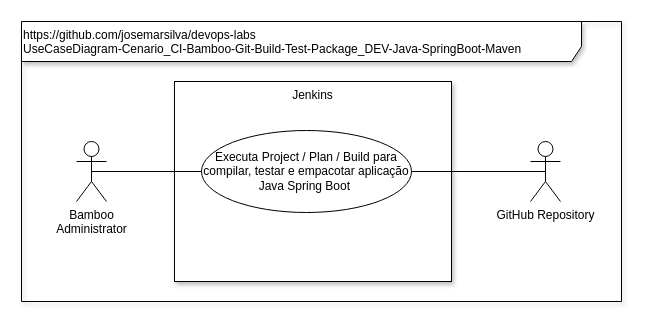
Above: doc/UseCaseDiagram-Cenario_CI-Bamboo-Git-Build-Test-Package_DEV-Java-SpringBoot-Maven.drawio in josemarsilva/devops-labs (draw.io), before the change. Source tidied: cells renumbered, new cells numbered last; positions are measured from the earlier drawing's top-left corner, leaving out a move shared by most shapes. Both pictures are drawn from the tidied source at 100%, with x=0, y=0 at pixel (21, 21).
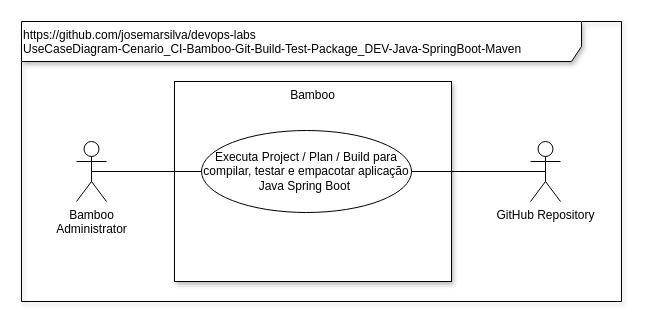
The same diagram, later.

Diff of the diagram source:
```diff
@@
 <mxGraphModel background="#ffffff">
   <root>
     <mxCell id="0" />
     <mxCell id="1" parent="0" />
     <mxCell id="2" value="https://github.com/josemarsilva/devops-labs&lt;br&gt;UseCaseDiagram-Cenario_CI-Bamboo-Git-Build-Test-Package_DEV-Java-SpringBoot-Maven&lt;br&gt;&lt;br&gt;" style="shape=umlFrame;whiteSpace=wrap;html=1;width=560;height=40;shadow=1;align=left;verticalAlign=top;" parent="1" vertex="1">
       <mxGeometry width="600" height="280" as="geometry" />
     </mxCell>
-    <mxCell id="3" value="Jenkins&lt;br&gt;" style="whiteSpace=wrap;html=1;shadow=1;verticalAlign=top;" parent="1" vertex="1">
+    <mxCell id="3" value="Bamboo&lt;br&gt;" style="whiteSpace=wrap;html=1;shadow=1;verticalAlign=top;" parent="1" vertex="1">
       <mxGeometry x="153" y="60" width="277" height="200" as="geometry" />
     </mxCell>
     <mxCell id="4" value="GitHub Repository" style="shape=umlActor;verticalLabelPosition=bottom;labelBackgroundColor=#ffffff;verticalAlign=top;html=1;" parent="1" vertex="1">
       <mxGeometry x="509" y="120" width="30" height="60" as="geometry" />
     </mxCell>
     <mxCell id="5" value="Bamboo &lt;br&gt;Administrator" style="shape=umlActor;verticalLabelPosition=bottom;labelBackgroundColor=#ffffff;verticalAlign=top;html=1;" parent="1" vertex="1">
       <mxGeometry x="55" y="120" width="30" height="60" as="geometry" />
     </mxCell>
     <mxCell id="6" value="Executa Project / Plan / Build para compilar, testar e empacotar aplicação Java Spring Boot&amp;nbsp;&lt;br&gt;" style="ellipse;whiteSpace=wrap;html=1;" parent="1" vertex="1">
       <mxGeometry x="180" y="109" width="210" height="82" as="geometry" />
     </mxCell>
     <mxCell id="7" style="endArrow=none;startArrow=none;endFill=0;startFill=0;html=1;exitX=1;exitY=0.5;entryX=0.5;entryY=0.5;entryPerimeter=0;entryDx=0;entryDy=0;" parent="1" edge="1" source="6" target="4">
       <mxGeometry relative="1" as="geometry" />
     </mxCell>
     <mxCell id="8" style="endArrow=none;startArrow=none;endFill=0;startFill=0;html=1;entryX=0;entryY=0.5;exitX=0.5;exitY=0.5;exitPerimeter=0;entryDx=0;entryDy=0;" parent="1" edge="1" source="5" target="6">
       <mxGeometry relative="1" as="geometry" />
     </mxCell>
   </root>
 </mxGraphModel>
```
